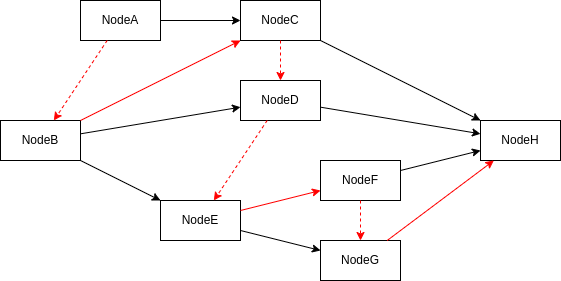
feng1st/coframework keeps this draw.io diagram as docs/images/chain-sync.png. Above is the earlier version. Source tidied: cells renumbered, new cells last; positions are measured from the earlier drawing's top-left corner, leaving out a move shared by most shapes.
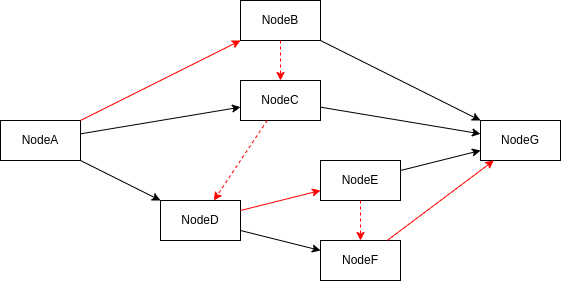
After the commit.

What changed in the source:
```diff
@@ -2,33 +2,27 @@
   <root>
     <mxCell id="0" />
     <mxCell id="1" parent="0" />
-    <mxCell id="2" value="NodeA" style="rounded=0;whiteSpace=wrap;html=1;" parent="1" vertex="1">
-      <mxGeometry x="80" width="80" height="40" as="geometry" />
-    </mxCell>
-    <mxCell id="3" value="NodeB" style="rounded=0;whiteSpace=wrap;html=1;" parent="1" vertex="1">
+    <mxCell id="3" value="NodeA" style="rounded=0;whiteSpace=wrap;html=1;" parent="1" vertex="1">
       <mxGeometry y="120" width="80" height="40" as="geometry" />
     </mxCell>
-    <mxCell id="4" value="NodeC" style="rounded=0;whiteSpace=wrap;html=1;" parent="1" vertex="1">
+    <mxCell id="4" value="NodeB" style="rounded=0;whiteSpace=wrap;html=1;" parent="1" vertex="1">
       <mxGeometry x="240" width="80" height="40" as="geometry" />
     </mxCell>
-    <mxCell id="5" value="NodeD" style="rounded=0;whiteSpace=wrap;html=1;" parent="1" vertex="1">
+    <mxCell id="5" value="NodeC" style="rounded=0;whiteSpace=wrap;html=1;" parent="1" vertex="1">
       <mxGeometry x="240" y="80" width="80" height="40" as="geometry" />
     </mxCell>
-    <mxCell id="6" value="NodeE" style="rounded=0;whiteSpace=wrap;html=1;" parent="1" vertex="1">
+    <mxCell id="6" value="NodeD" style="rounded=0;whiteSpace=wrap;html=1;" parent="1" vertex="1">
       <mxGeometry x="160" y="200" width="80" height="40" as="geometry" />
     </mxCell>
-    <mxCell id="7" value="NodeF" style="rounded=0;whiteSpace=wrap;html=1;" parent="1" vertex="1">
+    <mxCell id="7" value="NodeE" style="rounded=0;whiteSpace=wrap;html=1;" parent="1" vertex="1">
       <mxGeometry x="320" y="160" width="80" height="40" as="geometry" />
     </mxCell>
-    <mxCell id="8" value="NodeG" style="rounded=0;whiteSpace=wrap;html=1;" parent="1" vertex="1">
+    <mxCell id="8" value="NodeF" style="rounded=0;whiteSpace=wrap;html=1;" parent="1" vertex="1">
       <mxGeometry x="320" y="240" width="80" height="40" as="geometry" />
     </mxCell>
-    <mxCell id="9" value="NodeH" style="rounded=0;whiteSpace=wrap;html=1;" parent="1" vertex="1">
+    <mxCell id="9" value="NodeG" style="rounded=0;whiteSpace=wrap;html=1;" parent="1" vertex="1">
       <mxGeometry x="480" y="120" width="80" height="40" as="geometry" />
     </mxCell>
-    <mxCell id="10" style="edgeStyle=none;jettySize=auto;html=1;rounded=0;" parent="1" edge="1" source="2" target="4">
-      <mxGeometry relative="1" as="geometry" />
-    </mxCell>
     <mxCell id="11" style="edgeStyle=none;jettySize=auto;html=1;rounded=0;strokeColor=#FF0000;" parent="1" edge="1" source="3" target="4">
       <mxGeometry relative="1" as="geometry" />
     </mxCell>
@@ -56,9 +50,6 @@
     <mxCell id="19" style="edgeStyle=none;jettySize=auto;html=1;rounded=0;strokeColor=#FF0000;" parent="1" edge="1" source="8" target="9">
       <mxGeometry relative="1" as="geometry" />
     </mxCell>
-    <mxCell id="20" style="edgeStyle=none;jettySize=auto;html=1;rounded=0;dashed=1;strokeColor=#FF0000;" parent="1" edge="1" source="2" target="3">
-      <mxGeometry relative="1" as="geometry" />
-    </mxCell>
     <mxCell id="21" style="edgeStyle=none;jettySize=auto;html=1;rounded=0;dashed=1;strokeColor=#FF0000;" parent="1" edge="1" source="4" target="5">
       <mxGeometry relative="1" as="geometry" />
     </mxCell>
```
